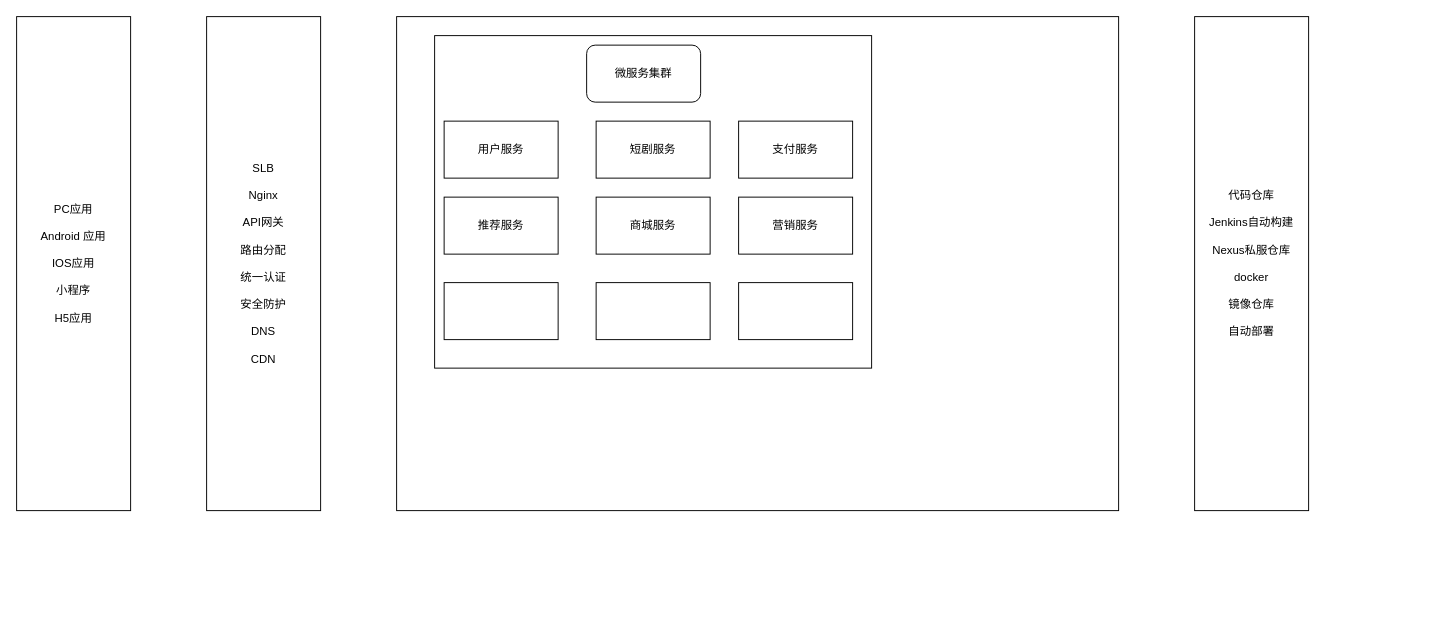
Above: 爆米花产品架构图.drawio in ciyuan1269691683/personal_picture_bed (draw.io), before the change. Source tidied: cells renumbered, new cells numbered last; positions are measured from the earlier drawing's top-left corner, leaving out a move shared by most shapes. Both pictures are drawn from the tidied source at 95%, with x=0, y=0 at pixel (16, 16).
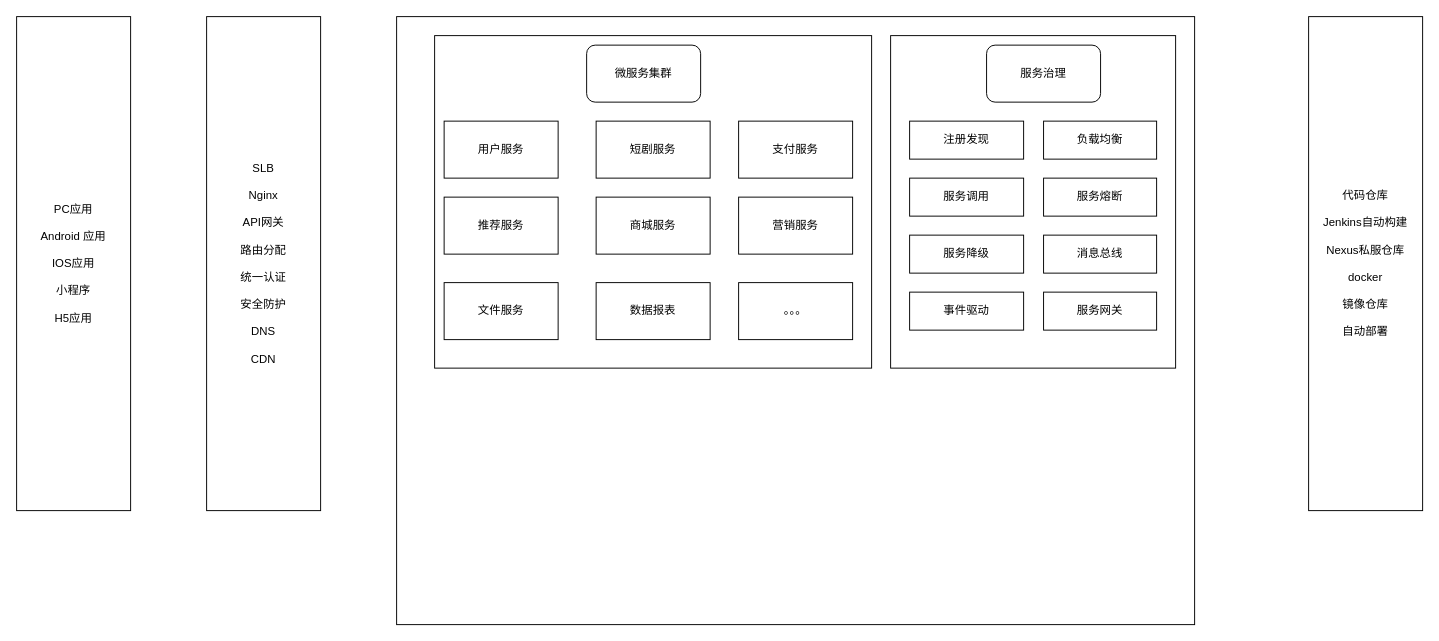
The same page after the edit.

Commit message (it also covers changes not shown here):
更新爆米花产品架构图.drawio

Diff of the diagram source:
```diff
@@
     <mxCell id="4" style="rounded=0;whiteSpace=wrap;html=1;" parent="1" vertex="1">
-      <mxGeometry x="400" width="760" height="520" as="geometry" />
+      <mxGeometry x="400" width="840" height="640" as="geometry" />
     </mxCell>
@@
     <mxCell id="6" value="代码仓库&lt;div&gt;&lt;br&gt;&lt;/div&gt;&lt;div&gt;Jenkins自动构建&lt;/div&gt;&lt;div&gt;&lt;br&gt;&lt;/div&gt;&lt;div&gt;Nexus私服仓库&lt;/div&gt;&lt;div&gt;&lt;br&gt;&lt;/div&gt;&lt;div&gt;docker&lt;/div&gt;&lt;div&gt;&lt;br&gt;&lt;/div&gt;&lt;div&gt;镜像仓库&lt;/div&gt;&lt;div&gt;&lt;br&gt;&lt;/div&gt;&lt;div&gt;自动部署&lt;/div&gt;" style="rounded=0;whiteSpace=wrap;html=1;" parent="1" vertex="1">
-      <mxGeometry x="1240" width="120" height="520" as="geometry" />
+      <mxGeometry x="1360" width="120" height="520" as="geometry" />
     </mxCell>
@@
-    <mxCell id="14" style="rounded=0;whiteSpace=wrap;html=1;" parent="1" vertex="1">
+    <mxCell id="14" value="文件服务" style="rounded=0;whiteSpace=wrap;html=1;" parent="1" vertex="1">
       <mxGeometry x="450" y="280" width="120" height="60" as="geometry" />
     </mxCell>
-    <mxCell id="15" style="rounded=0;whiteSpace=wrap;html=1;" parent="1" vertex="1">
+    <mxCell id="15" value="数据报表" style="rounded=0;whiteSpace=wrap;html=1;" parent="1" vertex="1">
       <mxGeometry x="610" y="280" width="120" height="60" as="geometry" />
     </mxCell>
-    <mxCell id="16" style="rounded=0;whiteSpace=wrap;html=1;" parent="1" vertex="1">
+    <mxCell id="16" value="。。。" style="rounded=0;whiteSpace=wrap;html=1;" parent="1" vertex="1">
       <mxGeometry x="760" y="280" width="120" height="60" as="geometry" />
     </mxCell>
+    <mxCell id="17" style="rounded=0;whiteSpace=wrap;html=1;" parent="1" vertex="1">
+      <mxGeometry x="920" y="20" width="300" height="350" as="geometry" />
+    </mxCell>
+    <mxCell id="18" value="服务治理" style="rounded=1;whiteSpace=wrap;html=1;" parent="1" vertex="1">
+      <mxGeometry x="1021" y="30" width="120" height="60" as="geometry" />
+    </mxCell>
+    <mxCell id="19" value="注册发现" style="rounded=0;whiteSpace=wrap;html=1;" parent="1" vertex="1">
+      <mxGeometry x="940" y="110" width="120" height="40" as="geometry" />
+    </mxCell>
+    <mxCell id="20" value="负载均衡" style="rounded=0;whiteSpace=wrap;html=1;" parent="1" vertex="1">
+      <mxGeometry x="1081" y="110" width="119" height="40" as="geometry" />
+    </mxCell>
+    <mxCell id="21" value="服务调用" style="rounded=0;whiteSpace=wrap;html=1;" parent="1" vertex="1">
+      <mxGeometry x="940" y="170" width="120" height="40" as="geometry" />
+    </mxCell>
+    <mxCell id="22" value="服务熔断" style="rounded=0;whiteSpace=wrap;html=1;" parent="1" vertex="1">
+      <mxGeometry x="1081" y="170" width="119" height="40" as="geometry" />
+    </mxCell>
+    <mxCell id="23" value="服务降级" style="rounded=0;whiteSpace=wrap;html=1;" parent="1" vertex="1">
+      <mxGeometry x="940" y="230" width="120" height="40" as="geometry" />
+    </mxCell>
+    <mxCell id="24" value="消息总线" style="rounded=0;whiteSpace=wrap;html=1;" parent="1" vertex="1">
+      <mxGeometry x="1081" y="230" width="119" height="40" as="geometry" />
+    </mxCell>
+    <mxCell id="25" value="事件驱动" style="rounded=0;whiteSpace=wrap;html=1;" parent="1" vertex="1">
+      <mxGeometry x="940" y="290" width="120" height="40" as="geometry" />
+    </mxCell>
+    <mxCell id="26" value="服务网关" style="rounded=0;whiteSpace=wrap;html=1;" parent="1" vertex="1">
+      <mxGeometry x="1081" y="290" width="119" height="40" as="geometry" />
+    </mxCell>
```
